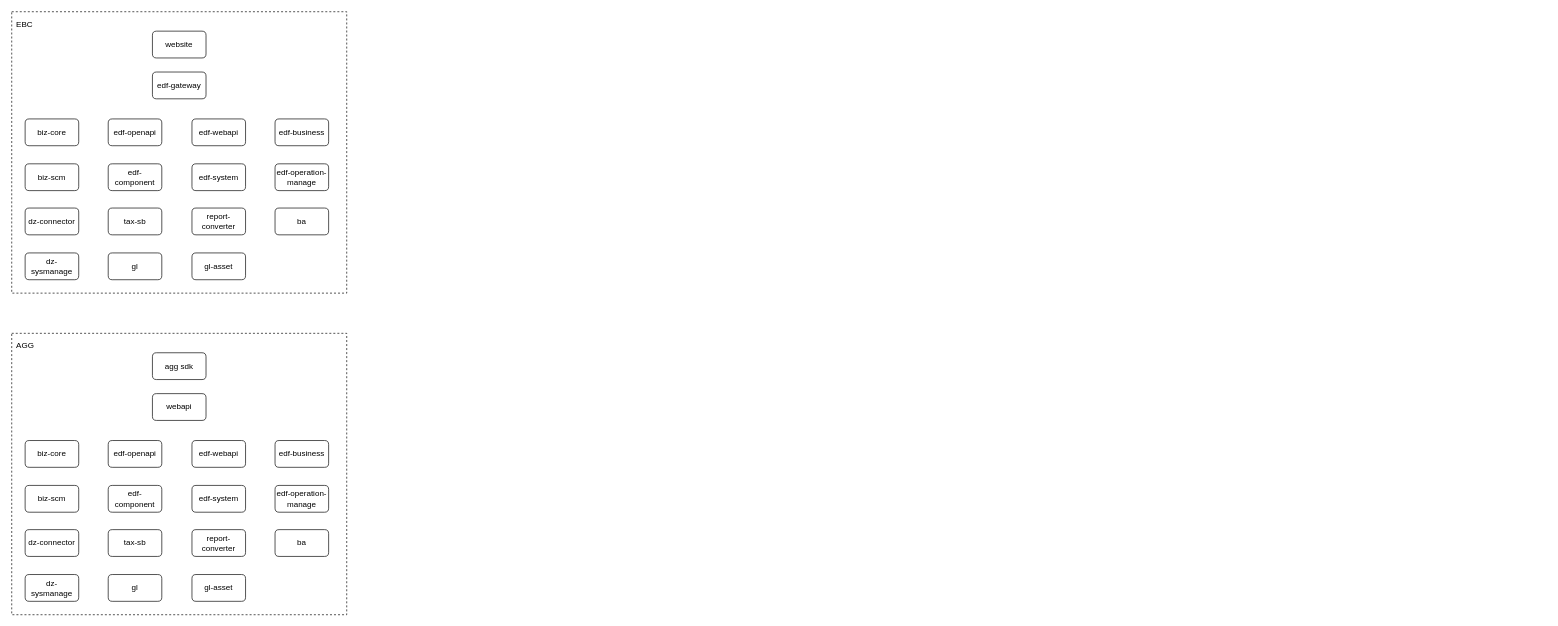
The draw.io diagram 1.0链路优化.drawio in xingzhihe/hello-world, before the edit. Source tidied: cells renumbered, new cells numbered last; positions are measured from the earlier drawing's top-left corner, leaving out a move shared by most shapes. Both pictures are drawn from the tidied source at 67%, with x=0, y=0 at pixel (11, 11).
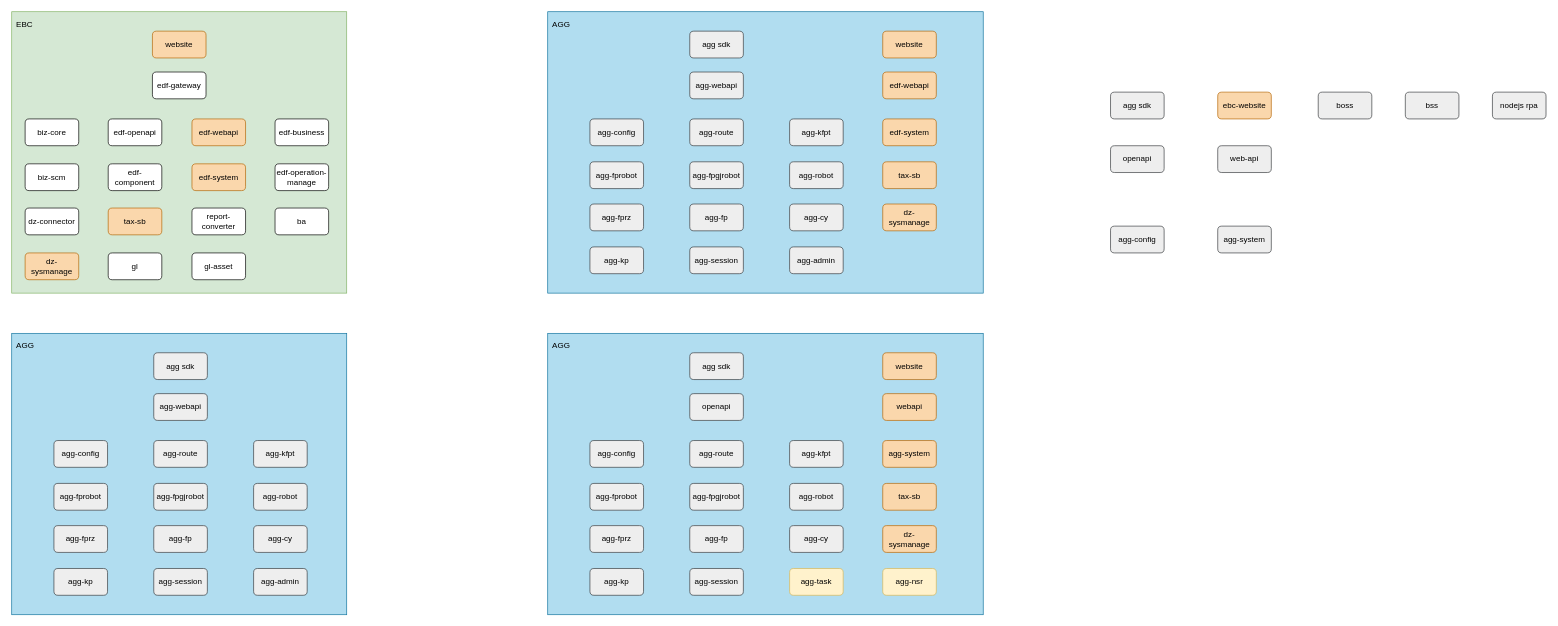
After the change.

Commit message (it also covers changes not shown here):
更新1.0链路优化.drawio

What changed in the source:
```diff
@@
-    <mxCell id="2" value="EBC" style="rounded=0;whiteSpace=wrap;html=1;align=left;verticalAlign=top;spacingTop=5;spacingLeft=5;dashed=1;" parent="1" vertex="1">
+    <mxCell id="2" value="EBC" style="rounded=0;whiteSpace=wrap;html=1;align=left;verticalAlign=top;spacingTop=5;spacingLeft=5;fillColor=#d5e8d4;strokeColor=#82b366;" parent="1" vertex="1">
       <mxGeometry width="500" height="420" as="geometry" />
     </mxCell>
-    <mxCell id="3" value="website" style="rounded=1;whiteSpace=wrap;html=1;" parent="1" vertex="1">
+    <mxCell id="3" value="website" style="rounded=1;whiteSpace=wrap;html=1;fillColor=#fad7ac;strokeColor=#b46504;" parent="1" vertex="1">
       <mxGeometry x="210" y="29" width="80" height="40" as="geometry" />
     </mxCell>
@@
-    <mxCell id="5" value="tax-sb" style="rounded=1;whiteSpace=wrap;html=1;" parent="1" vertex="1">
+    <mxCell id="5" value="tax-sb" style="rounded=1;whiteSpace=wrap;html=1;fillColor=#fad7ac;strokeColor=#b46504;" parent="1" vertex="1">
       <mxGeometry x="144" y="293" width="80" height="40" as="geometry" />
     </mxCell>
@@
-    <mxCell id="7" value="dz-sysmanage" style="rounded=1;whiteSpace=wrap;html=1;" parent="1" vertex="1">
+    <mxCell id="7" value="dz-sysmanage" style="rounded=1;whiteSpace=wrap;html=1;fillColor=#fad7ac;strokeColor=#b46504;" parent="1" vertex="1">
       <mxGeometry x="20" y="360" width="80" height="40" as="geometry" />
     </mxCell>
@@
-    <mxCell id="16" value="edf-system" style="rounded=1;whiteSpace=wrap;html=1;" parent="1" vertex="1">
+    <mxCell id="16" value="edf-system" style="rounded=1;whiteSpace=wrap;html=1;fillColor=#fad7ac;strokeColor=#b46504;" parent="1" vertex="1">
       <mxGeometry x="269" y="227" width="80" height="40" as="geometry" />
     </mxCell>
@@
-    <mxCell id="19" value="edf-webapi" style="rounded=1;whiteSpace=wrap;html=1;" parent="1" vertex="1">
+    <mxCell id="19" value="edf-webapi" style="rounded=1;whiteSpace=wrap;html=1;fillColor=#fad7ac;strokeColor=#b46504;" parent="1" vertex="1">
       <mxGeometry x="269" y="160" width="80" height="40" as="geometry" />
     </mxCell>
-    <mxCell id="20" value="AGG" style="rounded=0;whiteSpace=wrap;html=1;align=left;verticalAlign=top;spacingTop=5;spacingLeft=5;dashed=1;" parent="1" vertex="1">
+    <mxCell id="20" value="AGG" style="rounded=0;whiteSpace=wrap;html=1;align=left;verticalAlign=top;spacingTop=5;spacingLeft=5;fillColor=#b1ddf0;strokeColor=#10739e;" parent="1" vertex="1">
       <mxGeometry y="480" width="500" height="420" as="geometry" />
     </mxCell>
-    <mxCell id="21" value="agg sdk" style="rounded=1;whiteSpace=wrap;html=1;" parent="1" vertex="1">
-      <mxGeometry x="210" y="509" width="80" height="40" as="geometry" />
+    <mxCell id="21" value="agg sdk" style="rounded=1;whiteSpace=wrap;html=1;fillColor=#eeeeee;strokeColor=#36393d;" parent="1" vertex="1">
+      <mxGeometry x="212" y="509" width="80" height="40" as="geometry" />
     </mxCell>
-    <mxCell id="22" value="webapi" style="rounded=1;whiteSpace=wrap;html=1;" parent="1" vertex="1">
-      <mxGeometry x="210" y="570" width="80" height="40" as="geometry" />
+    <mxCell id="22" value="agg-webapi" style="rounded=1;whiteSpace=wrap;html=1;fillColor=#eeeeee;strokeColor=#36393d;" parent="1" vertex="1">
+      <mxGeometry x="212" y="570" width="80" height="40" as="geometry" />
     </mxCell>
-    <mxCell id="23" value="tax-sb" style="rounded=1;whiteSpace=wrap;html=1;" parent="1" vertex="1">
-      <mxGeometry x="144" y="773" width="80" height="40" as="geometry" />
+    <mxCell id="23" value="agg-fprz" style="rounded=1;whiteSpace=wrap;html=1;fillColor=#eeeeee;strokeColor=#36393d;" parent="1" vertex="1">
+      <mxGeometry x="63" y="767" width="80" height="40" as="geometry" />
     </mxCell>
-    <mxCell id="24" value="report-converter" style="rounded=1;whiteSpace=wrap;html=1;" parent="1" vertex="1">
-      <mxGeometry x="269" y="773" width="80" height="40" as="geometry" />
+    <mxCell id="24" value="agg-cy" style="rounded=1;whiteSpace=wrap;html=1;fillColor=#eeeeee;strokeColor=#36393d;" parent="1" vertex="1">
+      <mxGeometry x="361" y="767" width="80" height="40" as="geometry" />
     </mxCell>
-    <mxCell id="25" value="dz-sysmanage" style="rounded=1;whiteSpace=wrap;html=1;" parent="1" vertex="1">
-      <mxGeometry x="20" y="840" width="80" height="40" as="geometry" />
+    <mxCell id="25" value="agg-session" style="rounded=1;whiteSpace=wrap;html=1;fillColor=#eeeeee;strokeColor=#36393d;" parent="1" vertex="1">
+      <mxGeometry x="212" y="831" width="80" height="40" as="geometry" />
     </mxCell>
-    <mxCell id="26" value="ba" style="rounded=1;whiteSpace=wrap;html=1;" parent="1" vertex="1">
-      <mxGeometry x="393" y="773" width="80" height="40" as="geometry" />
-    </mxCell>
-    <mxCell id="27" value="biz-core" style="rounded=1;whiteSpace=wrap;html=1;" parent="1" vertex="1">
-      <mxGeometry x="20" y="640" width="80" height="40" as="geometry" />
+    <mxCell id="27" value="agg-robot" style="rounded=1;whiteSpace=wrap;html=1;fillColor=#eeeeee;strokeColor=#36393d;" parent="1" vertex="1">
+      <mxGeometry x="361" y="704" width="80" height="40" as="geometry" />
     </mxCell>
-    <mxCell id="28" value="biz-scm" style="rounded=1;whiteSpace=wrap;html=1;" parent="1" vertex="1">
-      <mxGeometry x="20" y="707" width="80" height="40" as="geometry" />
+    <mxCell id="28" value="agg-fpgjrobot" style="rounded=1;whiteSpace=wrap;html=1;fillColor=#eeeeee;strokeColor=#36393d;" parent="1" vertex="1">
+      <mxGeometry x="212" y="704" width="80" height="40" as="geometry" />
     </mxCell>
-    <mxCell id="29" value="gl-asset" style="rounded=1;whiteSpace=wrap;html=1;" parent="1" vertex="1">
-      <mxGeometry x="269" y="840" width="80" height="40" as="geometry" />
+    <mxCell id="29" value="agg-admin" style="rounded=1;whiteSpace=wrap;html=1;fillColor=#eeeeee;strokeColor=#36393d;" parent="1" vertex="1">
+      <mxGeometry x="361" y="831" width="80" height="40" as="geometry" />
     </mxCell>
-    <mxCell id="30" value="gl" style="rounded=1;whiteSpace=wrap;html=1;" parent="1" vertex="1">
-      <mxGeometry x="144" y="840" width="80" height="40" as="geometry" />
+    <mxCell id="30" value="agg-fp" style="rounded=1;whiteSpace=wrap;html=1;fillColor=#eeeeee;strokeColor=#36393d;" parent="1" vertex="1">
+      <mxGeometry x="212" y="767" width="80" height="40" as="geometry" />
     </mxCell>
-    <mxCell id="31" value="edf-openapi" style="rounded=1;whiteSpace=wrap;html=1;" parent="1" vertex="1">
-      <mxGeometry x="144" y="640" width="80" height="40" as="geometry" />
+    <mxCell id="31" value="agg-route" style="rounded=1;whiteSpace=wrap;html=1;fillColor=#eeeeee;strokeColor=#36393d;" parent="1" vertex="1">
+      <mxGeometry x="212" y="640" width="80" height="40" as="geometry" />
     </mxCell>
-    <mxCell id="32" value="edf-business" style="rounded=1;whiteSpace=wrap;html=1;" parent="1" vertex="1">
-      <mxGeometry x="393" y="640" width="80" height="40" as="geometry" />
+    <mxCell id="32" value="agg-config" style="rounded=1;whiteSpace=wrap;html=1;fillColor=#eeeeee;strokeColor=#36393d;" parent="1" vertex="1">
+      <mxGeometry x="63" y="640" width="80" height="40" as="geometry" />
     </mxCell>
-    <mxCell id="33" value="edf-component" style="rounded=1;whiteSpace=wrap;html=1;" parent="1" vertex="1">
-      <mxGeometry x="144" y="707" width="80" height="40" as="geometry" />
+    <mxCell id="33" value="agg-kfpt" style="rounded=1;whiteSpace=wrap;html=1;fillColor=#eeeeee;strokeColor=#36393d;" parent="1" vertex="1">
+      <mxGeometry x="361" y="640" width="80" height="40" as="geometry" />
     </mxCell>
-    <mxCell id="34" value="edf-system" style="rounded=1;whiteSpace=wrap;html=1;" parent="1" vertex="1">
-      <mxGeometry x="269" y="707" width="80" height="40" as="geometry" />
+    <mxCell id="34" value="agg-kp" style="rounded=1;whiteSpace=wrap;html=1;fillColor=#eeeeee;strokeColor=#36393d;" parent="1" vertex="1">
+      <mxGeometry x="63" y="831" width="80" height="40" as="geometry" />
     </mxCell>
-    <mxCell id="35" value="dz-connector" style="rounded=1;whiteSpace=wrap;html=1;" parent="1" vertex="1">
-      <mxGeometry x="20" y="773" width="80" height="40" as="geometry" />
+    <mxCell id="35" value="agg-fprobot" style="rounded=1;whiteSpace=wrap;html=1;fillColor=#eeeeee;strokeColor=#36393d;" parent="1" vertex="1">
+      <mxGeometry x="63" y="704" width="80" height="40" as="geometry" />
     </mxCell>
-    <mxCell id="36" value="edf-operation-manage" style="rounded=1;whiteSpace=wrap;html=1;" parent="1" vertex="1">
-      <mxGeometry x="393" y="707" width="80" height="40" as="geometry" />
-    </mxCell>
+    <mxCell id="38" value="AGG" style="rounded=0;whiteSpace=wrap;html=1;align=left;verticalAlign=top;spacingTop=5;spacingLeft=5;fillColor=#b1ddf0;strokeColor=#10739e;" parent="1" vertex="1">
+      <mxGeometry x="800" y="480" width="650" height="420" as="geometry" />
+    </mxCell>
+    <mxCell id="39" value="agg sdk" style="rounded=1;whiteSpace=wrap;html=1;fillColor=#eeeeee;strokeColor=#36393d;" parent="1" vertex="1">
+      <mxGeometry x="1012" y="509" width="80" height="40" as="geometry" />
+    </mxCell>
+    <mxCell id="40" value="openapi" style="rounded=1;whiteSpace=wrap;html=1;fillColor=#eeeeee;strokeColor=#36393d;" parent="1" vertex="1">
+      <mxGeometry x="1012" y="570" width="80" height="40" as="geometry" />
+    </mxCell>
+    <mxCell id="41" value="agg-fprz" style="rounded=1;whiteSpace=wrap;html=1;fillColor=#eeeeee;strokeColor=#36393d;" parent="1" vertex="1">
+      <mxGeometry x="863" y="767" width="80" height="40" as="geometry" />
+    </mxCell>
+    <mxCell id="42" value="agg-cy" style="rounded=1;whiteSpace=wrap;html=1;fillColor=#eeeeee;strokeColor=#36393d;" parent="1" vertex="1">
+      <mxGeometry x="1161" y="767" width="80" height="40" as="geometry" />
+    </mxCell>
+    <mxCell id="43" value="agg-session" style="rounded=1;whiteSpace=wrap;html=1;fillColor=#eeeeee;strokeColor=#36393d;" parent="1" vertex="1">
+      <mxGeometry x="1012" y="831" width="80" height="40" as="geometry" />
+    </mxCell>
+    <mxCell id="44" value="agg-robot" style="rounded=1;whiteSpace=wrap;html=1;fillColor=#eeeeee;strokeColor=#36393d;" parent="1" vertex="1">
+      <mxGeometry x="1161" y="704" width="80" height="40" as="geometry" />
+    </mxCell>
+    <mxCell id="45" value="agg-fpgjrobot" style="rounded=1;whiteSpace=wrap;html=1;fillColor=#eeeeee;strokeColor=#36393d;" parent="1" vertex="1">
+      <mxGeometry x="1012" y="704" width="80" height="40" as="geometry" />
+    </mxCell>
+    <mxCell id="46" value="agg-task" style="rounded=1;whiteSpace=wrap;html=1;fillColor=#fff2cc;strokeColor=#d6b656;" parent="1" vertex="1">
+      <mxGeometry x="1161" y="831" width="80" height="40" as="geometry" />
+    </mxCell>
+    <mxCell id="47" value="agg-fp" style="rounded=1;whiteSpace=wrap;html=1;fillColor=#eeeeee;strokeColor=#36393d;" parent="1" vertex="1">
+      <mxGeometry x="1012" y="767" width="80" height="40" as="geometry" />
+    </mxCell>
+    <mxCell id="48" value="agg-route" style="rounded=1;whiteSpace=wrap;html=1;fillColor=#eeeeee;strokeColor=#36393d;" parent="1" vertex="1">
+      <mxGeometry x="1012" y="640" width="80" height="40" as="geometry" />
+    </mxCell>
+    <mxCell id="49" value="agg-config" style="rounded=1;whiteSpace=wrap;html=1;fillColor=#eeeeee;strokeColor=#36393d;" parent="1" vertex="1">
+      <mxGeometry x="863" y="640" width="80" height="40" as="geometry" />
+    </mxCell>
+    <mxCell id="50" value="agg-kfpt" style="rounded=1;whiteSpace=wrap;html=1;fillColor=#eeeeee;strokeColor=#36393d;" parent="1" vertex="1">
+      <mxGeometry x="1161" y="640" width="80" height="40" as="geometry" />
+    </mxCell>
+    <mxCell id="51" value="agg-kp" style="rounded=1;whiteSpace=wrap;html=1;fillColor=#eeeeee;strokeColor=#36393d;" parent="1" vertex="1">
+      <mxGeometry x="863" y="831" width="80" height="40" as="geometry" />
+    </mxCell>
+    <mxCell id="52" value="agg-fprobot" style="rounded=1;whiteSpace=wrap;html=1;fillColor=#eeeeee;strokeColor=#36393d;" parent="1" vertex="1">
+      <mxGeometry x="863" y="704" width="80" height="40" as="geometry" />
+    </mxCell>
+    <mxCell id="53" value="website" style="rounded=1;whiteSpace=wrap;html=1;fillColor=#fad7ac;strokeColor=#b46504;" parent="1" vertex="1">
+      <mxGeometry x="1300" y="509" width="80" height="40" as="geometry" />
+    </mxCell>
+    <mxCell id="54" value="webapi" style="rounded=1;whiteSpace=wrap;html=1;fillColor=#fad7ac;strokeColor=#b46504;" parent="1" vertex="1">
+      <mxGeometry x="1300" y="570" width="80" height="40" as="geometry" />
+    </mxCell>
+    <mxCell id="55" value="tax-sb" style="rounded=1;whiteSpace=wrap;html=1;fillColor=#fad7ac;strokeColor=#b46504;" parent="1" vertex="1">
+      <mxGeometry x="1300" y="704" width="80" height="40" as="geometry" />
+    </mxCell>
+    <mxCell id="56" value="dz-sysmanage" style="rounded=1;whiteSpace=wrap;html=1;fillColor=#fad7ac;strokeColor=#b46504;" parent="1" vertex="1">
+      <mxGeometry x="1300" y="767" width="80" height="40" as="geometry" />
+    </mxCell>
+    <mxCell id="57" value="agg-system" style="rounded=1;whiteSpace=wrap;html=1;fillColor=#fad7ac;strokeColor=#b46504;" parent="1" vertex="1">
+      <mxGeometry x="1300" y="640" width="80" height="40" as="geometry" />
+    </mxCell>
+    <mxCell id="58" value="AGG" style="rounded=0;whiteSpace=wrap;html=1;align=left;verticalAlign=top;spacingTop=5;spacingLeft=5;fillColor=#b1ddf0;strokeColor=#10739e;" parent="1" vertex="1">
+      <mxGeometry x="800" width="650" height="420" as="geometry" />
+    </mxCell>
+    <mxCell id="59" value="agg sdk" style="rounded=1;whiteSpace=wrap;html=1;fillColor=#eeeeee;strokeColor=#36393d;" parent="1" vertex="1">
+      <mxGeometry x="1012" y="29" width="80" height="40" as="geometry" />
+    </mxCell>
+    <mxCell id="60" value="agg-webapi" style="rounded=1;whiteSpace=wrap;html=1;fillColor=#eeeeee;strokeColor=#36393d;" parent="1" vertex="1">
+      <mxGeometry x="1012" y="90" width="80" height="40" as="geometry" />
+    </mxCell>
+    <mxCell id="61" value="agg-fprz" style="rounded=1;whiteSpace=wrap;html=1;fillColor=#eeeeee;strokeColor=#36393d;" parent="1" vertex="1">
+      <mxGeometry x="863" y="287" width="80" height="40" as="geometry" />
+    </mxCell>
+    <mxCell id="62" value="agg-cy" style="rounded=1;whiteSpace=wrap;html=1;fillColor=#eeeeee;strokeColor=#36393d;" parent="1" vertex="1">
+      <mxGeometry x="1161" y="287" width="80" height="40" as="geometry" />
+    </mxCell>
+    <mxCell id="63" value="agg-session" style="rounded=1;whiteSpace=wrap;html=1;fillColor=#eeeeee;strokeColor=#36393d;" parent="1" vertex="1">
+      <mxGeometry x="1012" y="351" width="80" height="40" as="geometry" />
+    </mxCell>
+    <mxCell id="64" value="agg-robot" style="rounded=1;whiteSpace=wrap;html=1;fillColor=#eeeeee;strokeColor=#36393d;" parent="1" vertex="1">
+      <mxGeometry x="1161" y="224" width="80" height="40" as="geometry" />
+    </mxCell>
+    <mxCell id="65" value="agg-fpgjrobot" style="rounded=1;whiteSpace=wrap;html=1;fillColor=#eeeeee;strokeColor=#36393d;" parent="1" vertex="1">
+      <mxGeometry x="1012" y="224" width="80" height="40" as="geometry" />
+    </mxCell>
+    <mxCell id="66" value="agg-admin" style="rounded=1;whiteSpace=wrap;html=1;fillColor=#eeeeee;strokeColor=#36393d;" parent="1" vertex="1">
+      <mxGeometry x="1161" y="351" width="80" height="40" as="geometry" />
+    </mxCell>
+    <mxCell id="67" value="agg-fp" style="rounded=1;whiteSpace=wrap;html=1;fillColor=#eeeeee;strokeColor=#36393d;" parent="1" vertex="1">
+      <mxGeometry x="1012" y="287" width="80" height="40" as="geometry" />
+    </mxCell>
+    <mxCell id="68" value="agg-route" style="rounded=1;whiteSpace=wrap;html=1;fillColor=#eeeeee;strokeColor=#36393d;" parent="1" vertex="1">
+      <mxGeometry x="1012" y="160" width="80" height="40" as="geometry" />
+    </mxCell>
+    <mxCell id="69" value="agg-config" style="rounded=1;whiteSpace=wrap;html=1;fillColor=#eeeeee;strokeColor=#36393d;" parent="1" vertex="1">
+      <mxGeometry x="863" y="160" width="80" height="40" as="geometry" />
+    </mxCell>
+    <mxCell id="70" value="agg-kfpt" style="rounded=1;whiteSpace=wrap;html=1;fillColor=#eeeeee;strokeColor=#36393d;" parent="1" vertex="1">
+      <mxGeometry x="1161" y="160" width="80" height="40" as="geometry" />
+    </mxCell>
+    <mxCell id="71" value="agg-kp" style="rounded=1;whiteSpace=wrap;html=1;fillColor=#eeeeee;strokeColor=#36393d;" parent="1" vertex="1">
+      <mxGeometry x="863" y="351" width="80" height="40" as="geometry" />
+    </mxCell>
+    <mxCell id="72" value="agg-fprobot" style="rounded=1;whiteSpace=wrap;html=1;fillColor=#eeeeee;strokeColor=#36393d;" parent="1" vertex="1">
+      <mxGeometry x="863" y="224" width="80" height="40" as="geometry" />
+    </mxCell>
+    <mxCell id="73" value="website" style="rounded=1;whiteSpace=wrap;html=1;fillColor=#fad7ac;strokeColor=#b46504;" parent="1" vertex="1">
+      <mxGeometry x="1300" y="29" width="80" height="40" as="geometry" />
+    </mxCell>
-    <mxCell id="37" value="edf-webapi" style="rounded=1;whiteSpace=wrap;html=1;" parent="1" vertex="1">
-      <mxGeometry x="269" y="640" width="80" height="40" as="geometry" />
+    <mxCell id="37" value="edf-webapi" style="rounded=1;whiteSpace=wrap;html=1;fillColor=#fad7ac;strokeColor=#b46504;" parent="1" vertex="1">
+      <mxGeometry x="1300" y="90" width="80" height="40" as="geometry" />
     </mxCell>
+    <mxCell id="74" value="tax-sb" style="rounded=1;whiteSpace=wrap;html=1;fillColor=#fad7ac;strokeColor=#b46504;" parent="1" vertex="1">
+      <mxGeometry x="1300" y="224" width="80" height="40" as="geometry" />
+    </mxCell>
+    <mxCell id="75" value="dz-sysmanage" style="rounded=1;whiteSpace=wrap;html=1;fillColor=#fad7ac;strokeColor=#b46504;" parent="1" vertex="1">
+      <mxGeometry x="1300" y="287" width="80" height="40" as="geometry" />
+    </mxCell>
+    <mxCell id="76" value="edf-system" style="rounded=1;whiteSpace=wrap;html=1;fillColor=#fad7ac;strokeColor=#b46504;" parent="1" vertex="1">
+      <mxGeometry x="1300" y="160" width="80" height="40" as="geometry" />
+    </mxCell>
+    <mxCell id="77" value="agg-nsr" style="rounded=1;whiteSpace=wrap;html=1;fillColor=#fff2cc;strokeColor=#d6b656;" parent="1" vertex="1">
+      <mxGeometry x="1300" y="831" width="80" height="40" as="geometry" />
+    </mxCell>
+    <mxCell id="78" value="agg sdk" style="rounded=1;whiteSpace=wrap;html=1;fillColor=#eeeeee;strokeColor=#36393d;" parent="1" vertex="1">
+      <mxGeometry x="1640" y="120" width="80" height="40" as="geometry" />
+    </mxCell>
+    <mxCell id="79" value="ebc-website" style="rounded=1;whiteSpace=wrap;html=1;fillColor=#fad7ac;strokeColor=#b46504;" parent="1" vertex="1">
+      <mxGeometry x="1800" y="120" width="80" height="40" as="geometry" />
+    </mxCell>
+    <mxCell id="80" value="boss" style="rounded=1;whiteSpace=wrap;html=1;fillColor=#eeeeee;strokeColor=#36393d;" parent="1" vertex="1">
+      <mxGeometry x="1950" y="120" width="80" height="40" as="geometry" />
+    </mxCell>
+    <mxCell id="81" value="bss" style="rounded=1;whiteSpace=wrap;html=1;fillColor=#eeeeee;strokeColor=#36393d;" parent="1" vertex="1">
+      <mxGeometry x="2080" y="120" width="80" height="40" as="geometry" />
+    </mxCell>
+    <mxCell id="82" value="openapi" style="rounded=1;whiteSpace=wrap;html=1;fillColor=#eeeeee;strokeColor=#36393d;" parent="1" vertex="1">
+      <mxGeometry x="1640" y="200" width="80" height="40" as="geometry" />
+    </mxCell>
+    <mxCell id="83" value="web-api" style="rounded=1;whiteSpace=wrap;html=1;fillColor=#eeeeee;strokeColor=#36393d;" parent="1" vertex="1">
+      <mxGeometry x="1800" y="200" width="80" height="40" as="geometry" />
+    </mxCell>
+    <mxCell id="84" value="nodejs rpa" style="rounded=1;whiteSpace=wrap;html=1;fillColor=#eeeeee;strokeColor=#36393d;" parent="1" vertex="1">
+      <mxGeometry x="2210" y="120" width="80" height="40" as="geometry" />
+    </mxCell>
+    <mxCell id="85" value="agg-config" style="rounded=1;whiteSpace=wrap;html=1;fillColor=#eeeeee;strokeColor=#36393d;" parent="1" vertex="1">
+      <mxGeometry x="1640" y="320" width="80" height="40" as="geometry" />
+    </mxCell>
+    <mxCell id="86" value="agg-system" style="rounded=1;whiteSpace=wrap;html=1;fillColor=#eeeeee;strokeColor=#36393d;" parent="1" vertex="1">
+      <mxGeometry x="1800" y="320" width="80" height="40" as="geometry" />
+    </mxCell>
```
